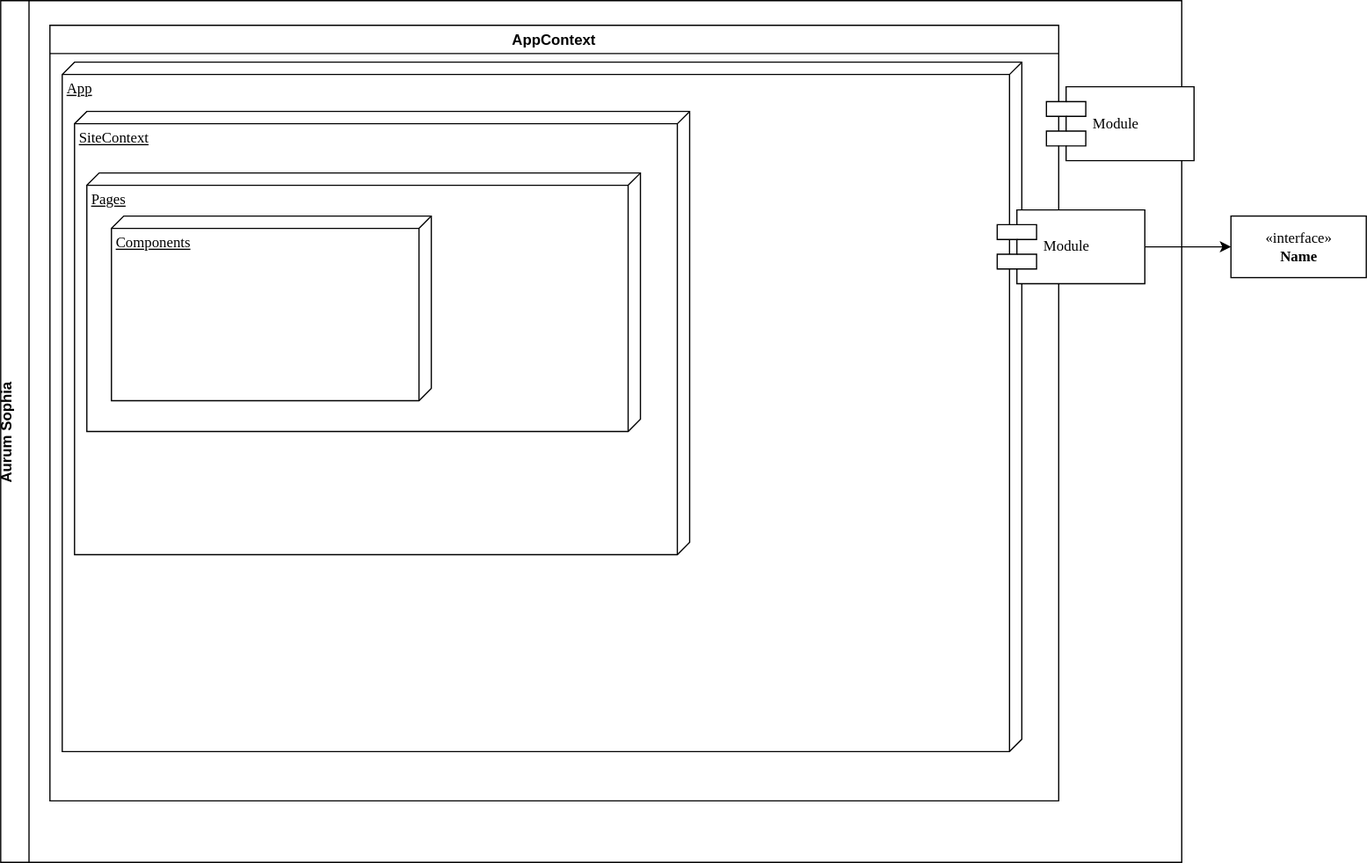
molitio/aurum-sophia keeps this draw.io diagram as AurumSophiaAppStack.svg. Above is the earlier version. Source tidied: cells renumbered, new cells last; positions are measured from the earlier drawing's top-left corner, leaving out a move shared by most shapes.
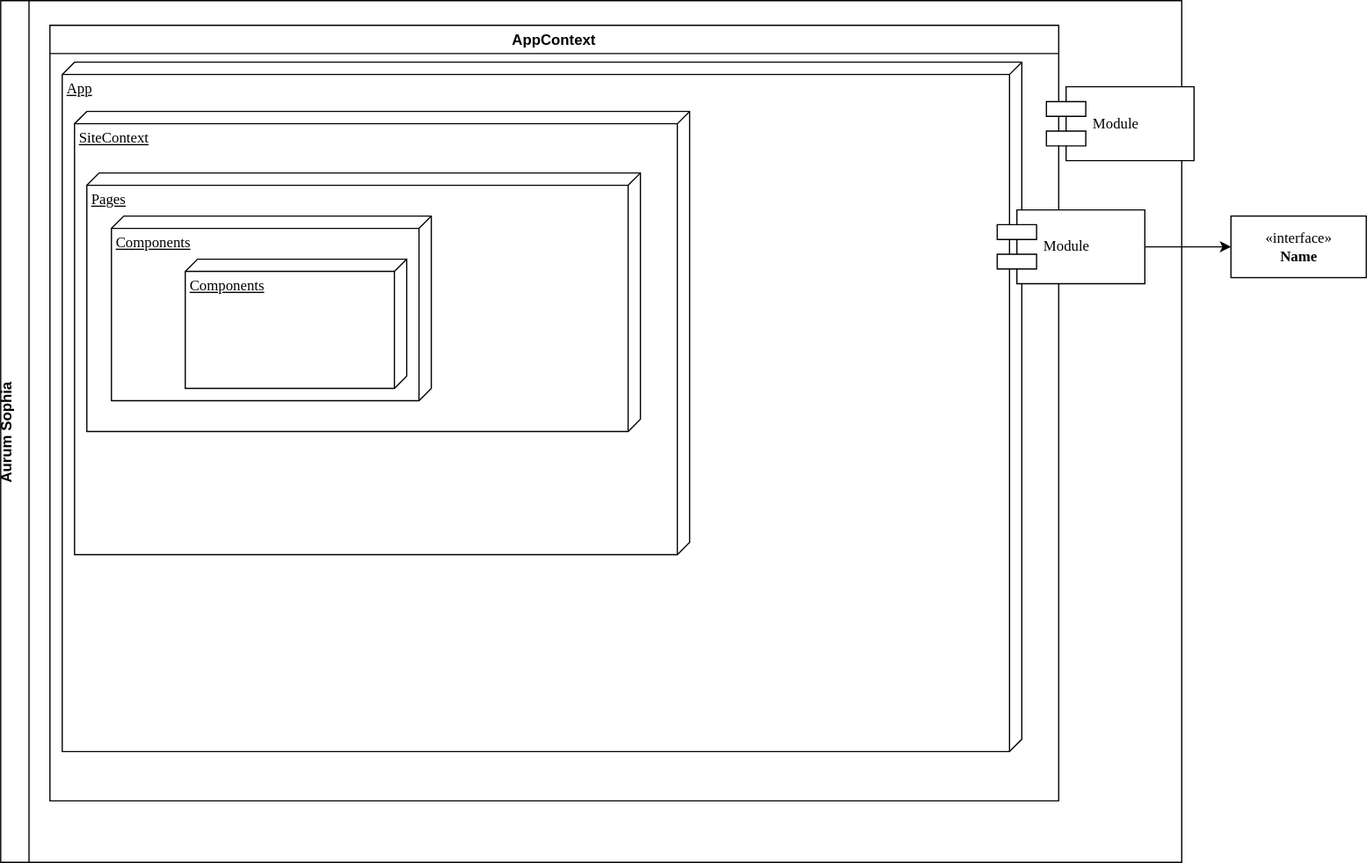
After the commit.

Diff of the diagram source:
```diff
@@ -26,6 +26,9 @@
     <mxCell id="9" value="Module" style="shape=component;align=left;spacingLeft=36;rounded=0;shadow=0;comic=0;labelBackgroundColor=none;strokeWidth=1;fontFamily=Verdana;fontSize=12;html=1;" parent="7" vertex="1">
       <mxGeometry x="810" y="170" width="120" height="60" as="geometry" />
     </mxCell>
+    <mxCell id="12" value="&lt;div&gt;Components&lt;/div&gt;&lt;div&gt;&lt;br&gt;&lt;/div&gt;" style="verticalAlign=top;align=left;spacingTop=8;spacingLeft=2;spacingRight=12;shape=cube;size=10;direction=south;fontStyle=4;html=1;rounded=0;shadow=0;comic=0;labelBackgroundColor=none;strokeWidth=1;fontFamily=Verdana;fontSize=12;" parent="7" vertex="1">
+      <mxGeometry x="150" y="210" width="180" height="105" as="geometry" />
+    </mxCell>
     <mxCell id="10" style="edgeStyle=orthogonalEdgeStyle;rounded=0;jettySize=auto;html=1;" parent="1" edge="1" source="9" target="11">
       <mxGeometry relative="1" as="geometry" />
     </mxCell>
```
